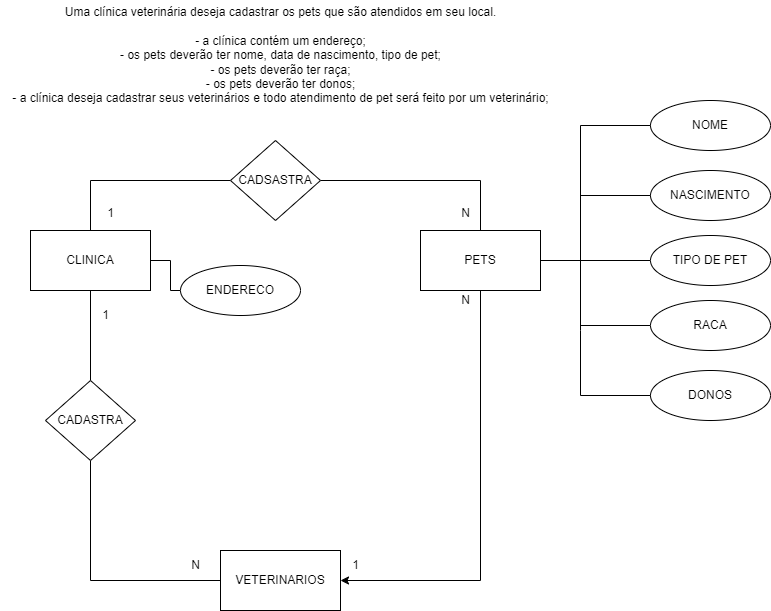
This is sprint-1/ex_MER/ex_1.3.png from guihenrique16/semestre_2, a draw.io export, as it was before one commit. Source tidied: cells renumbered, new cells last; positions are measured from the earlier drawing's top-left corner, leaving out a move shared by most shapes.
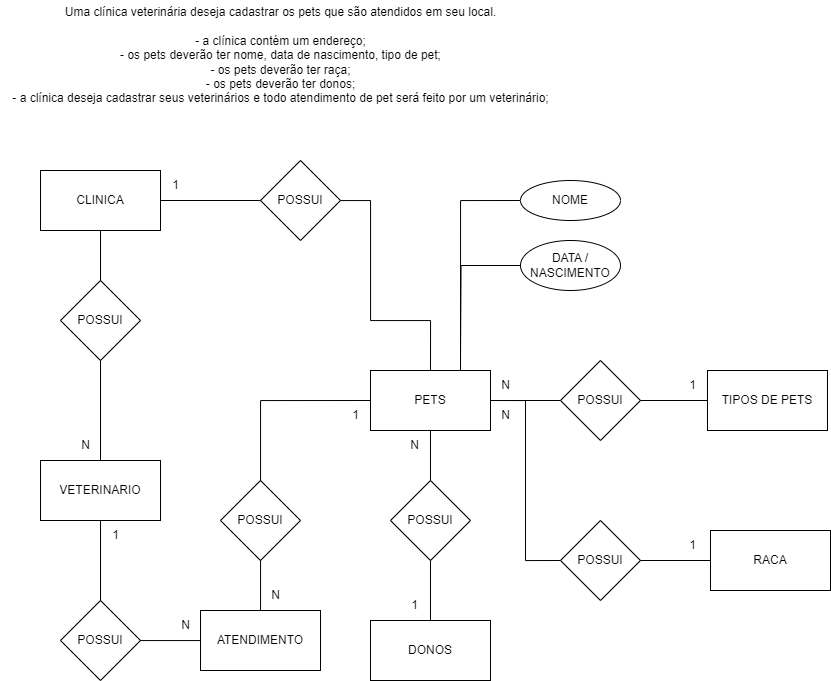
The same diagram one commit later.

The edit, as a diff of the source:
```diff
@@ -2,128 +2,158 @@
   <root>
     <mxCell id="0" />
     <mxCell id="1" parent="0" />
+    <mxCell id="31" style="edgeStyle=orthogonalEdgeStyle;rounded=0;jettySize=auto;html=1;endArrow=none;endFill=0;" parent="1" edge="1" source="6" target="41">
+      <mxGeometry relative="1" as="geometry" />
+    </mxCell>
+    <mxCell id="32" style="edgeStyle=orthogonalEdgeStyle;rounded=0;jettySize=auto;html=1;endArrow=none;endFill=0;" parent="1" edge="1" source="6" target="49">
+      <mxGeometry relative="1" as="geometry" />
+    </mxCell>
+    <mxCell id="6" value="CLINICA" style="rounded=0;whiteSpace=wrap;html=1;" parent="1" vertex="1">
+      <mxGeometry x="20" y="150" width="120" height="60" as="geometry" />
+    </mxCell>
+    <mxCell id="33" style="edgeStyle=orthogonalEdgeStyle;rounded=0;jettySize=auto;html=1;endArrow=none;endFill=0;" parent="1" edge="1" source="34" target="51">
+      <mxGeometry relative="1" as="geometry" />
+    </mxCell>
+    <mxCell id="34" value="VETERINARIO" style="rounded=0;whiteSpace=wrap;html=1;" parent="1" vertex="1">
+      <mxGeometry x="20" y="440" width="120" height="60" as="geometry" />
+    </mxCell>
+    <mxCell id="35" style="edgeStyle=orthogonalEdgeStyle;rounded=0;jettySize=auto;html=1;entryX=0;entryY=0.5;entryDx=0;entryDy=0;exitX=1;exitY=0.5;exitDx=0;exitDy=0;endArrow=none;endFill=0;" parent="1" edge="1" source="12" target="45">
+      <mxGeometry relative="1" as="geometry">
+        <Array as="points">
+          <mxPoint x="505" y="380" />
+          <mxPoint x="505" y="540" />
+        </Array>
+      </mxGeometry>
+    </mxCell>
+    <mxCell id="36" style="edgeStyle=orthogonalEdgeStyle;rounded=0;jettySize=auto;html=1;endArrow=none;endFill=0;" parent="1" edge="1" source="12" target="47">
+      <mxGeometry relative="1" as="geometry" />
+    </mxCell>
+    <mxCell id="37" style="edgeStyle=orthogonalEdgeStyle;rounded=0;jettySize=auto;html=1;exitX=0.75;exitY=0;exitDx=0;exitDy=0;entryX=0;entryY=0.5;entryDx=0;entryDy=0;endArrow=none;endFill=0;" parent="1" edge="1" source="12" target="20">
+      <mxGeometry relative="1" as="geometry" />
+    </mxCell>
+    <mxCell id="38" style="edgeStyle=orthogonalEdgeStyle;rounded=0;jettySize=auto;html=1;endArrow=none;endFill=0;" parent="1" edge="1" source="12" target="43">
+      <mxGeometry relative="1" as="geometry" />
+    </mxCell>
+    <mxCell id="12" value="PETS" style="rounded=0;whiteSpace=wrap;html=1;" parent="1" vertex="1">
+      <mxGeometry x="350" y="350" width="120" height="60" as="geometry" />
+    </mxCell>
+    <mxCell id="14" value="RACA" style="rounded=0;whiteSpace=wrap;html=1;" parent="1" vertex="1">
+      <mxGeometry x="690" y="510" width="120" height="60" as="geometry" />
+    </mxCell>
+    <mxCell id="22" value="DONOS" style="rounded=0;whiteSpace=wrap;html=1;" parent="1" vertex="1">
+      <mxGeometry x="350" y="600" width="120" height="60" as="geometry" />
+    </mxCell>
+    <mxCell id="39" value="TIPOS DE PETS" style="rounded=0;whiteSpace=wrap;html=1;" parent="1" vertex="1">
+      <mxGeometry x="687" y="350" width="120" height="60" as="geometry" />
+    </mxCell>
+    <mxCell id="40" style="edgeStyle=orthogonalEdgeStyle;rounded=0;jettySize=auto;html=1;entryX=0.5;entryY=0;entryDx=0;entryDy=0;endArrow=none;endFill=0;" parent="1" edge="1" source="41" target="12">
+      <mxGeometry relative="1" as="geometry">
+        <Array as="points">
+          <mxPoint x="350" y="180" />
+          <mxPoint x="350" y="300" />
+          <mxPoint x="410" y="300" />
+        </Array>
+      </mxGeometry>
+    </mxCell>
+    <mxCell id="41" value="POSSUI" style="rhombus;whiteSpace=wrap;html=1;rounded=0;" parent="1" vertex="1">
+      <mxGeometry x="240" y="140" width="80" height="80" as="geometry" />
+    </mxCell>
+    <mxCell id="42" style="edgeStyle=orthogonalEdgeStyle;rounded=0;jettySize=auto;html=1;endArrow=none;endFill=0;" parent="1" edge="1" source="43" target="39">
+      <mxGeometry relative="1" as="geometry" />
+    </mxCell>
+    <mxCell id="43" value="POSSUI" style="rhombus;whiteSpace=wrap;html=1;rounded=0;" parent="1" vertex="1">
+      <mxGeometry x="540" y="340" width="80" height="80" as="geometry" />
+    </mxCell>
+    <mxCell id="44" style="edgeStyle=orthogonalEdgeStyle;rounded=0;jettySize=auto;html=1;endArrow=none;endFill=0;" parent="1" edge="1" source="45" target="14">
+      <mxGeometry relative="1" as="geometry" />
+    </mxCell>
+    <mxCell id="45" value="POSSUI" style="rhombus;whiteSpace=wrap;html=1;rounded=0;" parent="1" vertex="1">
+      <mxGeometry x="540" y="500" width="80" height="80" as="geometry" />
+    </mxCell>
+    <mxCell id="46" style="edgeStyle=orthogonalEdgeStyle;rounded=0;jettySize=auto;html=1;endArrow=none;endFill=0;" parent="1" edge="1" source="47" target="22">
+      <mxGeometry relative="1" as="geometry" />
+    </mxCell>
+    <mxCell id="47" value="POSSUI" style="rhombus;whiteSpace=wrap;html=1;rounded=0;" parent="1" vertex="1">
+      <mxGeometry x="370" y="460" width="80" height="80" as="geometry" />
+    </mxCell>
+    <mxCell id="48" style="edgeStyle=orthogonalEdgeStyle;rounded=0;jettySize=auto;html=1;endArrow=none;endFill=0;" parent="1" edge="1" source="49" target="34">
+      <mxGeometry relative="1" as="geometry" />
+    </mxCell>
+    <mxCell id="49" value="POSSUI" style="rhombus;whiteSpace=wrap;html=1;rounded=0;" parent="1" vertex="1">
+      <mxGeometry x="40" y="260" width="80" height="80" as="geometry" />
+    </mxCell>
+    <mxCell id="50" style="edgeStyle=orthogonalEdgeStyle;rounded=0;jettySize=auto;html=1;entryX=0;entryY=0.5;entryDx=0;entryDy=0;endArrow=none;endFill=0;" parent="1" edge="1" source="56" target="12">
+      <mxGeometry relative="1" as="geometry">
+        <Array as="points">
+          <mxPoint x="240" y="380" />
+        </Array>
+      </mxGeometry>
+    </mxCell>
+    <mxCell id="51" value="POSSUI" style="rhombus;whiteSpace=wrap;html=1;rounded=0;" parent="1" vertex="1">
+      <mxGeometry x="40" y="580" width="80" height="80" as="geometry" />
+    </mxCell>
+    <mxCell id="20" value="NOME" style="ellipse;whiteSpace=wrap;html=1;" parent="1" vertex="1">
+      <mxGeometry x="500" y="160" width="100" height="40" as="geometry" />
+    </mxCell>
+    <mxCell id="52" style="edgeStyle=orthogonalEdgeStyle;rounded=0;jettySize=auto;html=1;endArrow=none;endFill=0;" parent="1" edge="1" source="53">
+      <mxGeometry relative="1" as="geometry">
+        <mxPoint x="440" y="340" as="targetPoint" />
+      </mxGeometry>
+    </mxCell>
+    <mxCell id="53" value="DATA / NASCIMENTO" style="ellipse;whiteSpace=wrap;html=1;" parent="1" vertex="1">
+      <mxGeometry x="500" y="220" width="100" height="50" as="geometry" />
+    </mxCell>
+    <mxCell id="54" value="POSSUI" style="rhombus;whiteSpace=wrap;html=1;rounded=0;" parent="1" vertex="1">
+      <mxGeometry x="200" y="460" width="80" height="80" as="geometry" />
+    </mxCell>
     <mxCell id="2" value="&lt;div&gt;Uma clínica veterinária deseja cadastrar os pets que são atendidos em seu local.&lt;/div&gt;&lt;div&gt;&lt;br&gt;&lt;/div&gt;&lt;div&gt;- a clínica contém um endereço;&lt;/div&gt;&lt;div&gt;- os pets deverão ter nome, data de nascimento, tipo de pet;&lt;/div&gt;&lt;div&gt;- os pets deverão ter raça;&lt;/div&gt;&lt;div&gt;- os pets deverão ter donos;&lt;/div&gt;&lt;div&gt;- a clínica deseja cadastrar seus veterinários e todo atendimento de pet será feito por um veterinário;&lt;/div&gt;" style="text;html=1;align=center;verticalAlign=middle;strokeColor=none;fillColor=none;" parent="1" vertex="1">
-      <mxGeometry width="560" height="110" as="geometry" />
+      <mxGeometry x="-20" y="-20" width="560" height="110" as="geometry" />
     </mxCell>
-    <mxCell id="3" style="edgeStyle=orthogonalEdgeStyle;rounded=0;jettySize=auto;html=1;entryX=0;entryY=0.5;entryDx=0;entryDy=0;exitX=0.433;exitY=0.017;exitDx=0;exitDy=0;exitPerimeter=0;endArrow=none;endFill=0;" parent="1" edge="1" source="6" target="8">
-      <mxGeometry relative="1" as="geometry">
-        <Array as="points">
-          <mxPoint x="90" y="231" />
-          <mxPoint x="90" y="180" />
-        </Array>
-      </mxGeometry>
-    </mxCell>
-    <mxCell id="4" style="edgeStyle=orthogonalEdgeStyle;rounded=0;jettySize=auto;html=1;endArrow=none;endFill=0;" parent="1" edge="1" source="6" target="18">
-      <mxGeometry relative="1" as="geometry" />
-    </mxCell>
-    <mxCell id="5" style="edgeStyle=orthogonalEdgeStyle;rounded=0;jettySize=auto;html=1;endArrow=none;endFill=0;" parent="1" edge="1" source="6" target="24">
-      <mxGeometry relative="1" as="geometry" />
-    </mxCell>
-    <mxCell id="6" value="CLINICA" style="rounded=0;whiteSpace=wrap;html=1;" parent="1" vertex="1">
-      <mxGeometry x="30" y="230" width="120" height="60" as="geometry" />
-    </mxCell>
-    <mxCell id="7" style="edgeStyle=orthogonalEdgeStyle;rounded=0;jettySize=auto;html=1;endArrow=none;endFill=0;" parent="1" edge="1" source="8" target="12">
-      <mxGeometry relative="1" as="geometry" />
-    </mxCell>
-    <mxCell id="8" value="CADSASTRA" style="rhombus;whiteSpace=wrap;html=1;rounded=0;" parent="1" vertex="1">
-      <mxGeometry x="230" y="140" width="90" height="80" as="geometry" />
-    </mxCell>
-    <mxCell id="9" style="edgeStyle=orthogonalEdgeStyle;rounded=0;jettySize=auto;html=1;endArrow=none;endFill=0;entryX=0;entryY=0.5;entryDx=0;entryDy=0;" parent="1" edge="1" source="12" target="13">
-      <mxGeometry relative="1" as="geometry" />
-    </mxCell>
-    <mxCell id="10" style="edgeStyle=orthogonalEdgeStyle;rounded=0;jettySize=auto;html=1;entryX=0;entryY=0.5;entryDx=0;entryDy=0;endArrow=none;endFill=0;" parent="1" edge="1" source="12" target="14">
-      <mxGeometry relative="1" as="geometry">
-        <Array as="points">
-          <mxPoint x="580" y="260" />
-          <mxPoint x="580" y="325" />
-        </Array>
-      </mxGeometry>
-    </mxCell>
-    <mxCell id="11" style="edgeStyle=orthogonalEdgeStyle;rounded=0;jettySize=auto;html=1;entryX=1;entryY=0.5;entryDx=0;entryDy=0;" parent="1" edge="1" source="12" target="19">
-      <mxGeometry relative="1" as="geometry">
-        <Array as="points">
-          <mxPoint x="480" y="580" />
-        </Array>
-      </mxGeometry>
-    </mxCell>
-    <mxCell id="12" value="PETS" style="whiteSpace=wrap;html=1;rounded=0;" parent="1" vertex="1">
-      <mxGeometry x="420" y="230" width="120" height="60" as="geometry" />
-    </mxCell>
-    <mxCell id="13" value="TIPO DE PET" style="ellipse;whiteSpace=wrap;html=1;" parent="1" vertex="1">
-      <mxGeometry x="650" y="235" width="120" height="50" as="geometry" />
-    </mxCell>
-    <mxCell id="14" value="RACA" style="ellipse;whiteSpace=wrap;html=1;" parent="1" vertex="1">
-      <mxGeometry x="650" y="300" width="120" height="50" as="geometry" />
-    </mxCell>
-    <mxCell id="15" value="NASCIMENTO" style="ellipse;whiteSpace=wrap;html=1;" parent="1" vertex="1">
-      <mxGeometry x="650" y="170" width="120" height="50" as="geometry" />
-    </mxCell>
-    <mxCell id="16" style="edgeStyle=orthogonalEdgeStyle;rounded=0;jettySize=auto;html=1;endArrow=none;endFill=0;exitX=0;exitY=0.5;exitDx=0;exitDy=0;" parent="1" edge="1" source="15">
-      <mxGeometry relative="1" as="geometry">
-        <mxPoint x="570" y="260" as="targetPoint" />
-        <Array as="points">
-          <mxPoint x="580" y="195" />
-          <mxPoint x="580" y="260" />
-        </Array>
-      </mxGeometry>
-    </mxCell>
-    <mxCell id="17" style="edgeStyle=orthogonalEdgeStyle;rounded=0;jettySize=auto;html=1;endArrow=none;endFill=0;exitX=0.5;exitY=1;exitDx=0;exitDy=0;" parent="1" edge="1" source="18" target="19">
-      <mxGeometry relative="1" as="geometry">
-        <Array as="points">
-          <mxPoint x="90" y="580" />
-        </Array>
-      </mxGeometry>
-    </mxCell>
-    <mxCell id="18" value="CADASTRA" style="rhombus;whiteSpace=wrap;html=1;rounded=0;" parent="1" vertex="1">
-      <mxGeometry x="45" y="380" width="90" height="80" as="geometry" />
-    </mxCell>
-    <mxCell id="19" value="VETERINARIOS" style="whiteSpace=wrap;html=1;rounded=0;" parent="1" vertex="1">
-      <mxGeometry x="220" y="550" width="120" height="60" as="geometry" />
-    </mxCell>
-    <mxCell id="20" value="NOME" style="ellipse;whiteSpace=wrap;html=1;" parent="1" vertex="1">
-      <mxGeometry x="650" y="100" width="120" height="50" as="geometry" />
-    </mxCell>
-    <mxCell id="21" style="edgeStyle=orthogonalEdgeStyle;rounded=0;jettySize=auto;html=1;endArrow=none;endFill=0;exitX=0;exitY=0.5;exitDx=0;exitDy=0;" parent="1" edge="1" source="20">
-      <mxGeometry relative="1" as="geometry">
-        <mxPoint x="580" y="200" as="targetPoint" />
-        <Array as="points">
-          <mxPoint x="580" y="125" />
-        </Array>
-      </mxGeometry>
-    </mxCell>
-    <mxCell id="22" value="DONOS" style="ellipse;whiteSpace=wrap;html=1;" parent="1" vertex="1">
-      <mxGeometry x="650" y="370" width="120" height="50" as="geometry" />
-    </mxCell>
-    <mxCell id="23" style="edgeStyle=orthogonalEdgeStyle;rounded=0;orthogonalLoop=1;jettySize=auto;html=1;entryX=0;entryY=0.5;entryDx=0;entryDy=0;endArrow=none;endFill=0;" parent="1" edge="1">
-      <mxGeometry relative="1" as="geometry">
-        <mxPoint x="580" y="270" as="sourcePoint" />
-        <mxPoint x="650" y="395" as="targetPoint" />
-        <Array as="points">
-          <mxPoint x="580" y="330" />
-          <mxPoint x="580" y="395" />
-        </Array>
-      </mxGeometry>
-    </mxCell>
-    <mxCell id="24" value="ENDERECO" style="ellipse;whiteSpace=wrap;html=1;" parent="1" vertex="1">
-      <mxGeometry x="180" y="265" width="120" height="50" as="geometry" />
-    </mxCell>
-    <mxCell id="25" value="1" style="text;html=1;align=center;verticalAlign=middle;strokeColor=none;fillColor=none;" parent="1" vertex="1">
-      <mxGeometry x="95" y="198" width="30" height="30" as="geometry" />
-    </mxCell>
-    <mxCell id="26" value="N" style="text;html=1;align=center;verticalAlign=middle;strokeColor=none;fillColor=none;" parent="1" vertex="1">
-      <mxGeometry x="450" y="198" width="30" height="30" as="geometry" />
-    </mxCell>
-    <mxCell id="27" value="1" style="text;html=1;align=center;verticalAlign=middle;strokeColor=none;fillColor=none;" parent="1" vertex="1">
-      <mxGeometry x="90" y="300" width="30" height="30" as="geometry" />
-    </mxCell>
-    <mxCell id="28" value="N" style="text;html=1;align=center;verticalAlign=middle;strokeColor=none;fillColor=none;" parent="1" vertex="1">
-      <mxGeometry x="180" y="550" width="30" height="30" as="geometry" />
-    </mxCell>
-    <mxCell id="29" value="1" style="text;html=1;align=center;verticalAlign=middle;strokeColor=none;fillColor=none;" parent="1" vertex="1">
-      <mxGeometry x="340" y="550" width="30" height="30" as="geometry" />
-    </mxCell>
-    <mxCell id="30" value="N" style="text;html=1;align=center;verticalAlign=middle;strokeColor=none;fillColor=none;" parent="1" vertex="1">
-      <mxGeometry x="450" y="285" width="30" height="30" as="geometry" />
-    </mxCell>
+    <mxCell id="55" style="edgeStyle=orthogonalEdgeStyle;rounded=0;jettySize=auto;html=1;entryX=0;entryY=0.5;entryDx=0;entryDy=0;" parent="1" edge="1" source="51" target="56">
+      <mxGeometry relative="1" as="geometry">
+        <Array as="points">
+          <mxPoint x="240" y="620" />
+        </Array>
+      </mxGeometry>
+    </mxCell>
+    <mxCell id="56" value="ATENDIMENTO" style="rounded=0;whiteSpace=wrap;html=1;" parent="1" vertex="1">
+      <mxGeometry x="180" y="590" width="120" height="60" as="geometry" />
+    </mxCell>
+    <mxCell id="57" value="1" style="text;html=1;align=center;verticalAlign=middle;strokeColor=none;fillColor=none;" parent="1" vertex="1">
+      <mxGeometry x="140" y="150" width="30" height="30" as="geometry" />
+    </mxCell>
+    <mxCell id="58" value="1" style="text;html=1;align=center;verticalAlign=middle;strokeColor=none;fillColor=none;" parent="1" vertex="1">
+      <mxGeometry x="320" y="380" width="30" height="30" as="geometry" />
+    </mxCell>
+    <mxCell id="59" value="N" style="text;html=1;align=center;verticalAlign=middle;strokeColor=none;fillColor=none;" parent="1" vertex="1">
+      <mxGeometry x="50" y="410" width="30" height="30" as="geometry" />
+    </mxCell>
+    <mxCell id="60" value="N" style="text;html=1;align=center;verticalAlign=middle;strokeColor=none;fillColor=none;" parent="1" vertex="1">
+      <mxGeometry x="470" y="380" width="30" height="30" as="geometry" />
+    </mxCell>
+    <mxCell id="61" value="N" style="text;html=1;align=center;verticalAlign=middle;strokeColor=none;fillColor=none;" parent="1" vertex="1">
+      <mxGeometry x="379" y="410" width="30" height="30" as="geometry" />
+    </mxCell>
+    <mxCell id="62" value="1" style="text;html=1;align=center;verticalAlign=middle;strokeColor=none;fillColor=none;" parent="1" vertex="1">
+      <mxGeometry x="657" y="350" width="30" height="30" as="geometry" />
+    </mxCell>
+    <mxCell id="63" value="N" style="text;html=1;align=center;verticalAlign=middle;strokeColor=none;fillColor=none;" parent="1" vertex="1">
+      <mxGeometry x="470" y="350" width="30" height="30" as="geometry" />
+    </mxCell>
+    <mxCell id="64" value="1" style="text;html=1;align=center;verticalAlign=middle;strokeColor=none;fillColor=none;" parent="1" vertex="1">
+      <mxGeometry x="80" y="500" width="30" height="30" as="geometry" />
+    </mxCell>
+    <mxCell id="65" value="N" style="text;html=1;align=center;verticalAlign=middle;strokeColor=none;fillColor=none;" parent="1" vertex="1">
+      <mxGeometry x="150" y="590" width="30" height="30" as="geometry" />
+    </mxCell>
+    <mxCell id="66" value="N" style="text;html=1;align=center;verticalAlign=middle;strokeColor=none;fillColor=none;" parent="1" vertex="1">
+      <mxGeometry x="240" y="560" width="30" height="30" as="geometry" />
+    </mxCell>
+    <mxCell id="67" value="1" style="text;html=1;align=center;verticalAlign=middle;strokeColor=none;fillColor=none;" parent="1" vertex="1">
+      <mxGeometry x="379" y="570" width="30" height="30" as="geometry" />
+    </mxCell>
+    <mxCell id="68" value="1" style="text;html=1;align=center;verticalAlign=middle;strokeColor=none;fillColor=none;" parent="1" vertex="1">
+      <mxGeometry x="657" y="510" width="30" height="30" as="geometry" />
+    </mxCell>
   </root>
 </mxGraphModel>
```
